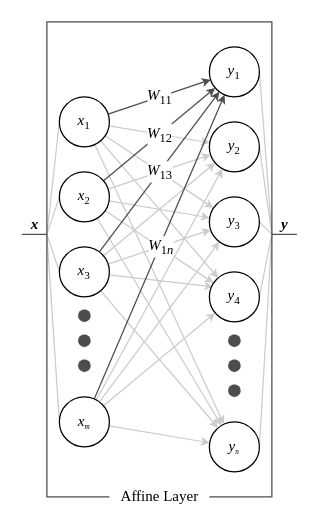
Before: img/layers.drawio in dragoon8192/LaundryTag, a draw.io diagram. Source tidied: cells renumbered, new cells numbered last; positions are measured from the earlier drawing's top-left corner, leaving out a move shared by most shapes. Both pictures are drawn from the tidied source at 125%, with x=0, y=0 at pixel (21, 21).
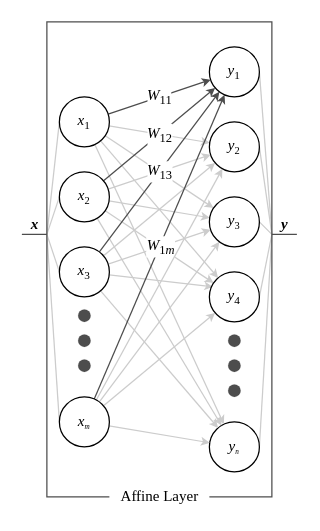
The same page after the edit.

Commit message:
layers.drawio を更新します

Unchanged cells that the change refers to:
```xml
<mxCell id="36" style="endArrow=classic;html=1;rounded=0;labelBackgroundColor=default;sketch=0;strokeColor=#4D4D4D;strokeWidth=1;fontFamily=Times New Roman;fontSize=12;fontColor=default;startSize=4;endSize=4;sourcePerimeterSpacing=0;targetPerimeterSpacing=0;shape=connector;jumpStyle=none;jumpSize=4;" parent="1" edge="1" source="49" target="50">
  <mxGeometry relative="1" as="geometry" />
</mxCell>
```

Change to the diagram source:
```diff
@@
-    <mxCell id="37" value="&lt;i&gt;W&lt;/i&gt;&lt;sub&gt;1&lt;i&gt;n&lt;/i&gt;&lt;/sub&gt;" style="edgeLabel;html=1;align=center;verticalAlign=middle;fontSize=12;fontFamily=Times New Roman;fontColor=default;" parent="36" vertex="1">
+    <mxCell id="37" value="&lt;i&gt;W&lt;/i&gt;&lt;sub&gt;1&lt;i&gt;m&lt;/i&gt;&lt;/sub&gt;" style="edgeLabel;html=1;align=center;verticalAlign=middle;fontSize=12;fontFamily=Times New Roman;fontColor=default;" parent="36" vertex="1">
       <mxGeometry x="0.1" y="-1" relative="1" as="geometry">
         <mxPoint x="-6" y="12" as="offset" />
       </mxGeometry>
     </mxCell>
```
